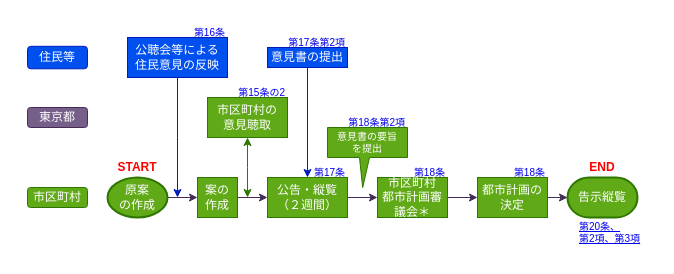
Above: src/sonota/machizukuri/machizukuri-5.drawio in yasutakeyohei/book-yasutake (draw.io), before the change. Source tidied: cells renumbered, new cells numbered last; positions are measured from the earlier drawing's top-left corner, leaving out a move shared by most shapes. Both pictures are drawn from the tidied source at 100%, with x=0, y=0 at pixel (17, 17).
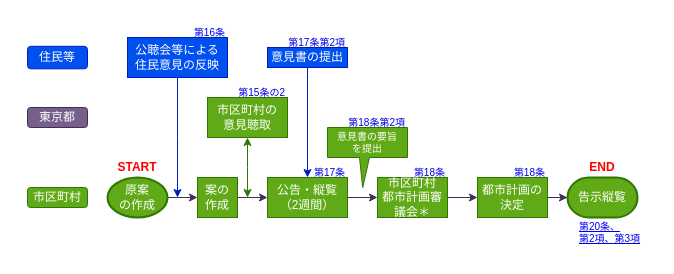
The same diagram, later.

The edit, as a diff of the source:
```diff
@@
-    <mxCell id="33" value="公告・縦覧&lt;br&gt;（２週間）" style="rounded=0;whiteSpace=wrap;html=1;fillColor=#60a917;strokeColor=#2D7600;fontColor=#ffffff;" parent="1" vertex="1">
+    <mxCell id="33" value="公告・縦覧&lt;br&gt;（2週間）" style="rounded=0;whiteSpace=wrap;html=1;fillColor=#60a917;strokeColor=#2D7600;fontColor=#ffffff;" parent="1" vertex="1">
       <mxGeometry x="250" y="160" width="80" height="40" as="geometry" />
     </mxCell>
```
